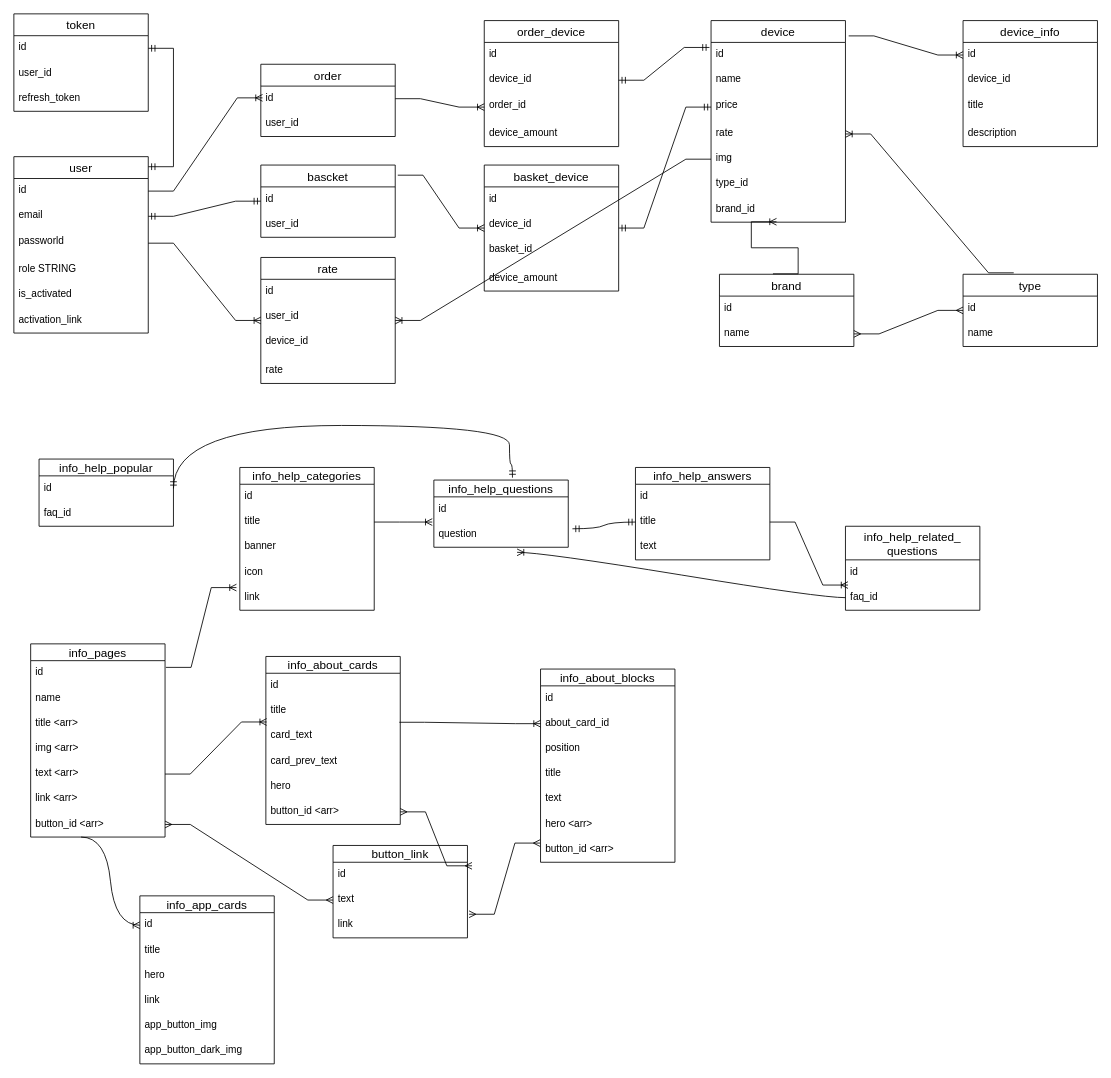
Above: server/models/db_diagram.drawio in zaxel/react_simple_shop (draw.io), before the change. Source tidied: cells renumbered, new cells numbered last; positions are measured from the earlier drawing's top-left corner, leaving out a move shared by most shapes. Both pictures are drawn from the tidied source at 84%, with x=0, y=0 at pixel (13, 13).
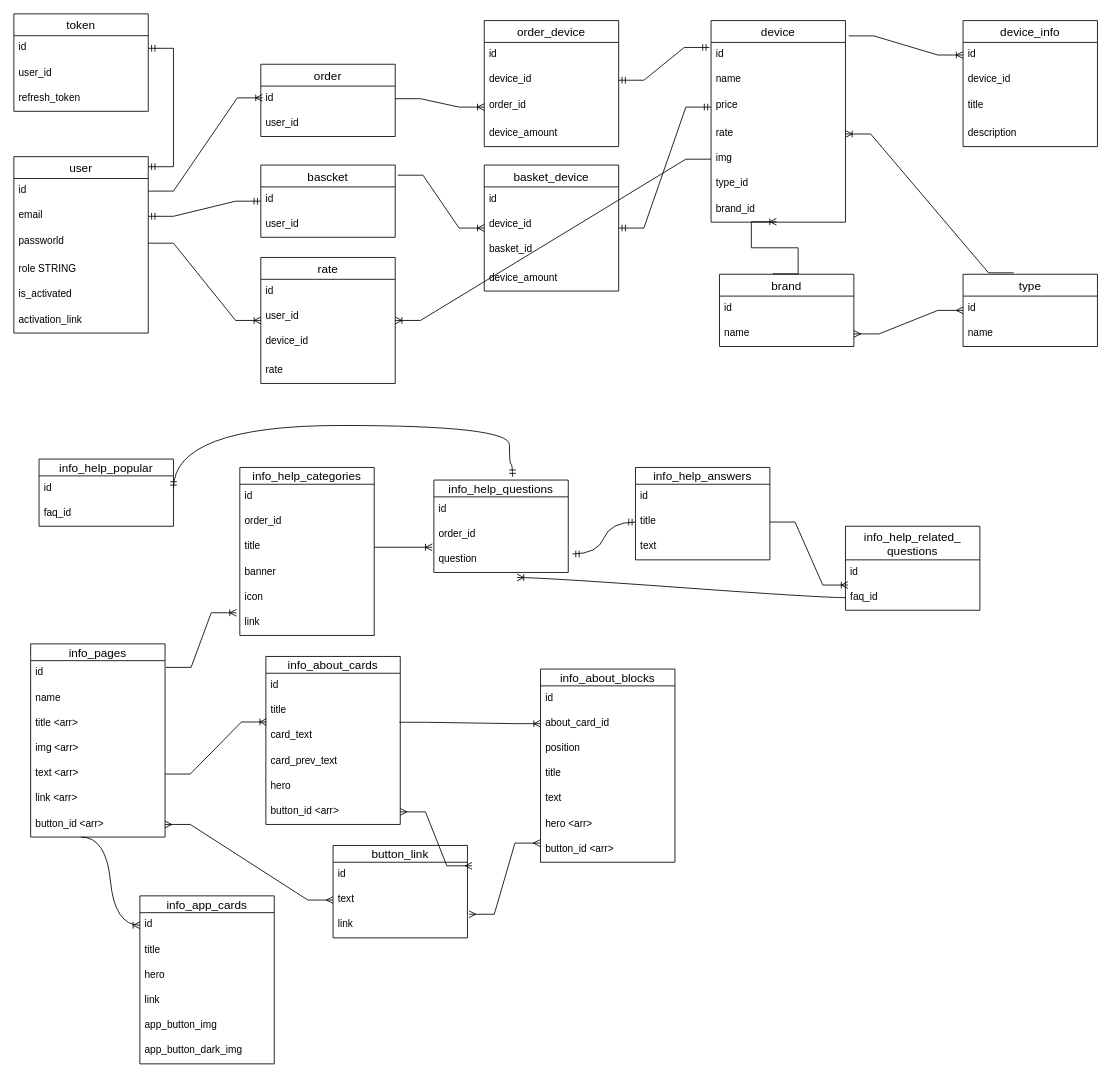
The same page after the edit.

Commit message (it also covers changes not shown here):
add sortId column to popula_questions and questions db

Change to the diagram source:
```diff
@@
     <mxCell id="78" value="info_help_categories" style="swimlane;fontStyle=0;horizontal=1;startSize=20;align=center;fontSize=14;" parent="1" vertex="1">
-      <mxGeometry x="269" y="540" width="160" height="170" as="geometry" />
+      <mxGeometry x="269" y="540" width="160" height="200" as="geometry" />
     </mxCell>
@@
+    <mxCell id="131" value="order_id" style="text;strokeColor=none;fillColor=none;spacingLeft=4;spacingRight=4;overflow=hidden;fontSize=12;" parent="78" vertex="1">
+      <mxGeometry y="50" width="160" height="30" as="geometry" />
+    </mxCell>
     <mxCell id="80" value="title" style="text;strokeColor=none;fillColor=none;spacingLeft=4;spacingRight=4;overflow=hidden;points=[[0,0.5],[1,0.5]];portConstraint=eastwest;fontSize=12;" parent="78" vertex="1">
-      <mxGeometry y="50" width="160" height="30" as="geometry" />
+      <mxGeometry y="80" width="160" height="30" as="geometry" />
     </mxCell>
     <mxCell id="81" value="banner" style="text;strokeColor=none;fillColor=none;spacingLeft=4;spacingRight=4;overflow=hidden;fontSize=12;" parent="78" vertex="1">
-      <mxGeometry y="80" width="160" height="30" as="geometry" />
+      <mxGeometry y="110" width="160" height="30" as="geometry" />
     </mxCell>
     <mxCell id="82" value="icon" style="text;strokeColor=none;fillColor=none;spacingLeft=4;spacingRight=4;overflow=hidden;fontSize=12;" parent="78" vertex="1">
-      <mxGeometry y="110" width="160" height="30" as="geometry" />
+      <mxGeometry y="140" width="160" height="30" as="geometry" />
     </mxCell>
     <mxCell id="83" value="link" style="text;strokeColor=none;fillColor=none;spacingLeft=4;spacingRight=4;overflow=hidden;points=[[0,0.5],[1,0.5]];portConstraint=eastwest;fontSize=12;" parent="78" vertex="1">
-      <mxGeometry y="140" width="160" height="30" as="geometry" />
+      <mxGeometry y="170" width="160" height="30" as="geometry" />
     </mxCell>
     <mxCell id="84" value="info_help_questions" style="swimlane;fontStyle=0;horizontal=1;startSize=20;align=center;fontSize=14;" parent="1" vertex="1">
-      <mxGeometry x="500" y="555" width="160" height="80" as="geometry" />
+      <mxGeometry x="500" y="555" width="160" height="110" as="geometry" />
     </mxCell>
@@
+    <mxCell id="132" value="order_id" style="text;strokeColor=none;fillColor=none;spacingLeft=4;spacingRight=4;overflow=hidden;fontSize=12;" parent="84" vertex="1">
+      <mxGeometry y="50" width="160" height="30" as="geometry" />
+    </mxCell>
     <mxCell id="86" value="question" style="text;strokeColor=none;fillColor=none;spacingLeft=4;spacingRight=4;overflow=hidden;points=[[0,0.5],[1,0.5]];portConstraint=eastwest;fontSize=12;" parent="84" vertex="1">
-      <mxGeometry y="50" width="160" height="30" as="geometry" />
+      <mxGeometry y="80" width="160" height="30" as="geometry" />
     </mxCell>
```
